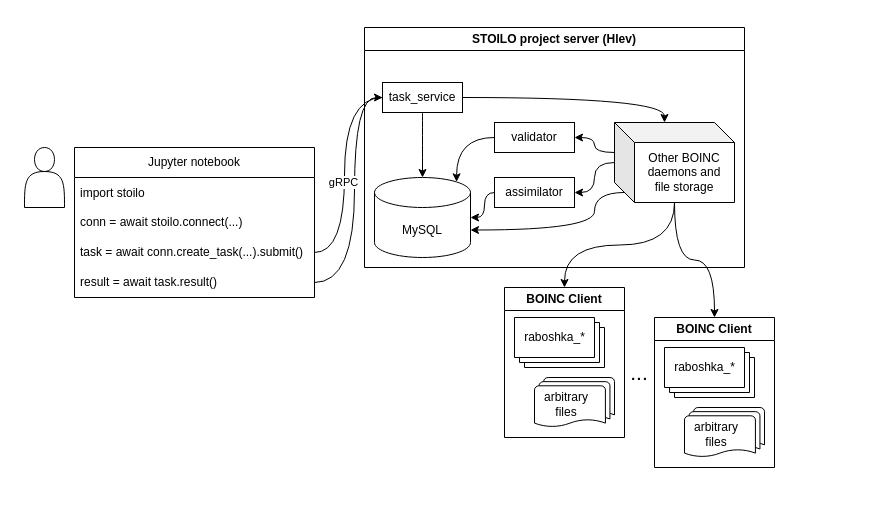
Before: text/figures/stoilo_overall.drawio in sermir2003/stoilo, a draw.io diagram. Source tidied: cells renumbered, new cells numbered last; positions are measured from the earlier drawing's top-left corner, leaving out a move shared by most shapes. Both pictures are drawn from the tidied source at 100%, with x=0, y=0 at pixel (24, 27).
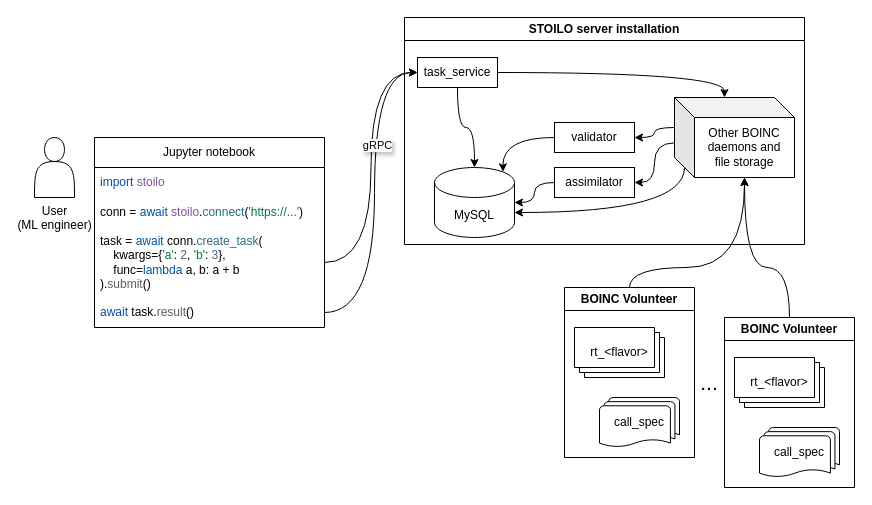
The same page after the edit.

What changed in the source:
```diff
@@
-    <mxCell id="2" style="edgeStyle=orthogonalEdgeStyle;rounded=0;jettySize=auto;html=1;entryX=0;entryY=0.5;entryDx=0;entryDy=0;curved=1;endArrow=classic;startFill=0;endFill=1;" parent="1" edge="1" source="20" target="5">
-      <mxGeometry relative="1" as="geometry">
-        <Array as="points">
-          <mxPoint x="330" y="255" />
-          <mxPoint x="330" y="70" />
-        </Array>
-      </mxGeometry>
-    </mxCell>
-    <mxCell id="3" style="shape=actor;whiteSpace=wrap;html=1;" parent="1" vertex="1">
-      <mxGeometry y="120" width="40" height="60" as="geometry" />
-    </mxCell>
-    <mxCell id="4" value="STOILO p&lt;span style=&quot;background-color: transparent; color: light-dark(rgb(0, 0, 0), rgb(255, 255, 255));&quot;&gt;roject server (Hlev)&lt;/span&gt;" style="swimlane;whiteSpace=wrap;html=1;" parent="1" vertex="1">
-      <mxGeometry x="340" width="380" height="240" as="geometry" />
-    </mxCell>
+    <mxCell id="36" value="User&lt;br&gt;(ML engineer)" style="shape=actor;html=1;labelPosition=center;verticalLabelPosition=bottom;align=center;verticalAlign=top;" parent="1" vertex="1">
+      <mxGeometry x="10" y="110" width="40" height="60" as="geometry" />
+    </mxCell>
+    <mxCell id="17" value="Jupyter notebook" style="swimlane;fontStyle=0;horizontal=1;startSize=30;whiteSpace=wrap;html=1;" parent="1" vertex="1">
+      <mxGeometry x="70" y="110" width="230" height="190" as="geometry" />
+    </mxCell>
+    <mxCell id="37" value="&lt;font style=&quot;color: rgb(0, 80, 160);&quot;&gt;import&lt;/font&gt; &lt;font style=&quot;color: light-dark(rgb(130, 80, 160), rgb(128, 128, 128));&quot;&gt;stoilo&lt;/font&gt;" style="text;strokeColor=none;fillColor=none;align=left;verticalAlign=middle;spacingLeft=4;spacingRight=4;overflow=hidden;whiteSpace=wrap;html=1;" parent="17" vertex="1">
+      <mxGeometry y="30" width="230" height="30" as="geometry" />
+    </mxCell>
+    <mxCell id="38" value="conn = &lt;font style=&quot;color: rgb(0, 80, 160);&quot;&gt;await&lt;/font&gt; &lt;font style=&quot;color: light-dark(rgb(130, 80, 160), rgb(128, 128, 128));&quot;&gt;stoilo&lt;/font&gt;.&lt;font style=&quot;color: rgb(40, 110, 130);&quot;&gt;connect&lt;/font&gt;(&lt;font style=&quot;color: rgb(0, 120, 70);&quot;&gt;'https://...'&lt;/font&gt;)" style="text;strokeColor=none;fillColor=none;align=left;verticalAlign=middle;spacingLeft=4;spacingRight=4;overflow=hidden;whiteSpace=wrap;html=1;" parent="17" vertex="1">
+      <mxGeometry y="60" width="230" height="30" as="geometry" />
+    </mxCell>
+    <mxCell id="39" value="&lt;div&gt;task = &lt;font style=&quot;color: rgb(0, 80, 160);&quot;&gt;await&lt;/font&gt; conn.&lt;font style=&quot;color: rgb(40, 110, 130);&quot;&gt;create_task&lt;/font&gt;(&lt;/div&gt;&lt;div&gt;&amp;nbsp; &amp;nbsp; kwargs={&lt;font style=&quot;color: rgb(0, 120, 70);&quot;&gt;'a'&lt;/font&gt;: &lt;font style=&quot;color: rgb(70, 105, 145);&quot;&gt;2&lt;/font&gt;, &lt;font style=&quot;color: rgb(0, 120, 70);&quot;&gt;'b'&lt;/font&gt;: &lt;font style=&quot;color: rgb(70, 105, 145);&quot;&gt;3&lt;/font&gt;},&lt;/div&gt;&lt;div&gt;&amp;nbsp; &amp;nbsp; func=&lt;font style=&quot;color: rgb(0, 80, 160);&quot;&gt;lambda&lt;/font&gt; a, b: a + b&lt;/div&gt;&lt;div&gt;).&lt;font style=&quot;color: rgb(95, 95, 95);&quot;&gt;submit&lt;/font&gt;()&lt;/div&gt;" style="text;strokeColor=none;fillColor=none;align=left;verticalAlign=middle;spacingLeft=4;spacingRight=4;overflow=hidden;points=[[0,0.5],[1,0.5]];portConstraint=eastwest;whiteSpace=wrap;html=1;" parent="17" vertex="1">
+      <mxGeometry y="90" width="230" height="70" as="geometry" />
+    </mxCell>
+    <mxCell id="40" value="&lt;font style=&quot;color: rgb(0, 80, 160);&quot;&gt;await&lt;/font&gt; task.&lt;font style=&quot;color: rgb(95, 95, 95);&quot;&gt;result&lt;/font&gt;()" style="text;strokeColor=none;fillColor=none;align=left;verticalAlign=middle;spacingLeft=4;spacingRight=4;overflow=hidden;points=[[0,0.5],[1,0.5]];portConstraint=eastwest;whiteSpace=wrap;html=1;" parent="17" vertex="1">
+      <mxGeometry y="160" width="230" height="30" as="geometry" />
+    </mxCell>
+    <mxCell id="41" value="STOILO server installation" style="swimlane;whiteSpace=wrap;html=1;" parent="1" vertex="1">
+      <mxGeometry x="380" y="-10" width="400" height="227" as="geometry" />
+    </mxCell>
-    <mxCell id="5" value="task_service" style="whiteSpace=wrap;html=1;" parent="4" vertex="1">
-      <mxGeometry x="18" y="55" width="80" height="30" as="geometry" />
+    <mxCell id="5" value="task_service" style="rounded=0;whiteSpace=wrap;html=1;" parent="41" vertex="1">
+      <mxGeometry x="13" y="40" width="80" height="30" as="geometry" />
     </mxCell>
-    <mxCell id="6" value="&lt;div&gt;&lt;span style=&quot;background-color: transparent; color: light-dark(rgb(0, 0, 0), rgb(255, 255, 255));&quot;&gt;MySQL&lt;/span&gt;&lt;/div&gt;" style="shape=cylinder3;whiteSpace=wrap;html=1;boundedLbl=1;backgroundOutline=1;size=15;" parent="4" vertex="1">
-      <mxGeometry x="10" y="150" width="96" height="80" as="geometry" />
+    <mxCell id="6" value="MySQL" style="shape=cylinder3;whiteSpace=wrap;html=1;boundedLbl=1;backgroundOutline=1;size=15;" parent="41" vertex="1">
+      <mxGeometry x="30" y="150" width="80" height="70" as="geometry" />
     </mxCell>
+    <mxCell id="10" value="validator" style="rounded=0;whiteSpace=wrap;html=1;" parent="41" vertex="1">
+      <mxGeometry x="150" y="105" width="80" height="30" as="geometry" />
+    </mxCell>
+    <mxCell id="11" value="assimilator" style="rounded=0;whiteSpace=wrap;html=1;" parent="41" vertex="1">
+      <mxGeometry x="150" y="150" width="80" height="30" as="geometry" />
+    </mxCell>
-    <mxCell id="7" style="edgeStyle=orthogonalEdgeStyle;rounded=0;jettySize=auto;html=1;entryX=1;entryY=0.5;entryDx=0;entryDy=0;curved=1;exitX=0;exitY=0;exitDx=0;exitDy=30;exitPerimeter=0;" parent="4" edge="1" source="9" target="10">
+    <mxCell id="7" style="edgeStyle=orthogonalEdgeStyle;curved=1;rounded=0;jettySize=auto;html=1;exitX=0;exitY=0;exitDx=0;exitDy=30;exitPerimeter=0;entryX=1;entryY=0.5;entryDx=0;entryDy=0;" parent="41" edge="1" source="9" target="10">
       <mxGeometry relative="1" as="geometry" />
     </mxCell>
-    <mxCell id="8" style="edgeStyle=orthogonalEdgeStyle;rounded=0;jettySize=auto;html=1;entryX=1;entryY=0.5;entryDx=0;entryDy=0;curved=1;" parent="4" edge="1" source="9" target="11">
+    <mxCell id="8" style="edgeStyle=orthogonalEdgeStyle;curved=1;rounded=0;jettySize=auto;html=1;exitX=-0.001;exitY=0.567;exitDx=0;exitDy=0;exitPerimeter=0;entryX=1;entryY=0.5;entryDx=0;entryDy=0;" parent="41" edge="1" source="9" target="11">
       <mxGeometry relative="1" as="geometry" />
     </mxCell>
-    <mxCell id="9" value="Other BOINC daemons and file&lt;span style=&quot;background-color: transparent; color: light-dark(rgb(0, 0, 0), rgb(255, 255, 255));&quot;&gt;&amp;nbsp;storage&lt;/span&gt;" style="shape=cube;whiteSpace=wrap;html=1;boundedLbl=1;backgroundOutline=1;darkOpacity=0.05;darkOpacity2=0.1;" parent="4" vertex="1">
-      <mxGeometry x="250" y="95" width="120" height="80" as="geometry" />
+    <mxCell id="9" value="Other BOINC daemons and file&lt;span style=&quot;background-color: transparent; color: light-dark(rgb(0, 0, 0), rgb(255, 255, 255));&quot;&gt;&amp;nbsp;storage&lt;/span&gt;" style="shape=cube;whiteSpace=wrap;html=1;boundedLbl=1;backgroundOutline=1;darkOpacity=0.05;darkOpacity2=0.1;" parent="41" vertex="1">
+      <mxGeometry x="270" y="80" width="120" height="80" as="geometry" />
     </mxCell>
-    <mxCell id="10" value="validator" style="whiteSpace=wrap;html=1;" parent="4" vertex="1">
-      <mxGeometry x="130" y="95" width="80" height="30" as="geometry" />
-    </mxCell>
-    <mxCell id="11" value="assimilator" style="whiteSpace=wrap;html=1;" parent="4" vertex="1">
-      <mxGeometry x="130" y="150" width="80" height="30" as="geometry" />
-    </mxCell>
-    <mxCell id="12" style="edgeStyle=orthogonalEdgeStyle;rounded=0;jettySize=auto;html=1;entryX=0.5;entryY=0;entryDx=0;entryDy=0;entryPerimeter=0;curved=1;" parent="4" edge="1" source="5" target="6">
+    <mxCell id="12" style="edgeStyle=orthogonalEdgeStyle;curved=1;rounded=0;jettySize=auto;html=1;exitX=0.5;exitY=1;exitDx=0;exitDy=0;entryX=0.5;entryY=0;entryDx=0;entryDy=0;entryPerimeter=0;" parent="41" edge="1" source="5" target="6">
       <mxGeometry relative="1" as="geometry" />
     </mxCell>
+    <mxCell id="15" style="edgeStyle=orthogonalEdgeStyle;curved=1;rounded=0;jettySize=auto;html=1;exitX=1;exitY=0.5;exitDx=0;exitDy=0;entryX=0;entryY=0;entryDx=50;entryDy=0;entryPerimeter=0;" parent="41" edge="1" source="5" target="9">
+      <mxGeometry relative="1" as="geometry" />
+    </mxCell>
+    <mxCell id="14" style="edgeStyle=orthogonalEdgeStyle;curved=1;rounded=0;jettySize=auto;html=1;exitX=0;exitY=0.5;exitDx=0;exitDy=0;entryX=0.855;entryY=0;entryDx=0;entryDy=4.35;entryPerimeter=0;" parent="41" edge="1" source="10" target="6">
+      <mxGeometry relative="1" as="geometry" />
+    </mxCell>
-    <mxCell id="13" style="edgeStyle=orthogonalEdgeStyle;rounded=0;jettySize=auto;html=1;entryX=1;entryY=0.5;entryDx=0;entryDy=0;entryPerimeter=0;curved=1;" parent="4" edge="1" source="11" target="6">
-      <mxGeometry relative="1" as="geometry">
-        <Array as="points">
-          <mxPoint x="120" y="165" />
-          <mxPoint x="120" y="190" />
-        </Array>
-      </mxGeometry>
+    <mxCell id="13" style="rounded=0;jettySize=auto;html=1;exitX=0;exitY=0.5;exitDx=0;exitDy=0;entryX=1;entryY=0.5;entryDx=0;entryDy=0;entryPerimeter=0;edgeStyle=orthogonalEdgeStyle;curved=1;" parent="41" edge="1" source="11" target="6">
+      <mxGeometry relative="1" as="geometry" />
     </mxCell>
-    <mxCell id="14" style="edgeStyle=orthogonalEdgeStyle;rounded=0;jettySize=auto;html=1;entryX=0.855;entryY=0;entryDx=0;entryDy=4.35;entryPerimeter=0;curved=1;" parent="4" edge="1" source="10" target="6">
-      <mxGeometry relative="1" as="geometry" />
-    </mxCell>
-    <mxCell id="15" style="edgeStyle=orthogonalEdgeStyle;rounded=0;jettySize=auto;html=1;entryX=0;entryY=0;entryDx=50;entryDy=0;entryPerimeter=0;curved=1;" parent="4" edge="1" source="5" target="9">
-      <mxGeometry relative="1" as="geometry" />
-    </mxCell>
-    <mxCell id="16" style="edgeStyle=orthogonalEdgeStyle;rounded=0;jettySize=auto;html=1;exitX=0;exitY=0;exitDx=10;exitDy=70;exitPerimeter=0;entryX=1;entryY=0;entryDx=0;entryDy=52.5;entryPerimeter=0;curved=1;" parent="4" edge="1" source="9" target="6">
+    <mxCell id="16" style="edgeStyle=orthogonalEdgeStyle;curved=1;rounded=0;jettySize=auto;html=1;exitX=0;exitY=0;exitDx=10;exitDy=70;exitPerimeter=0;entryX=1;entryY=0;entryDx=0;entryDy=45;entryPerimeter=0;" parent="41" edge="1" source="9" target="6">
       <mxGeometry relative="1" as="geometry">
         <Array as="points">
-          <mxPoint x="230" y="165" />
-          <mxPoint x="230" y="202" />
+          <mxPoint x="280" y="195" />
         </Array>
       </mxGeometry>
     </mxCell>
-    <mxCell id="17" value="Jupyter notebook" style="swimlane;fontStyle=0;horizontal=1;startSize=30;whiteSpace=wrap;html=1;" parent="1" vertex="1">
-      <mxGeometry x="50" y="120" width="240" height="150" as="geometry" />
-    </mxCell>
-    <mxCell id="18" value="&lt;div&gt;import stoilo&lt;/div&gt;&lt;div&gt;&lt;br&gt;&lt;/div&gt;&lt;div&gt;conn = await stoilo.connect(...)&lt;/div&gt;" style="text;strokeColor=none;fillColor=none;align=left;verticalAlign=middle;spacingLeft=4;spacingRight=4;overflow=hidden;whiteSpace=wrap;html=1;" parent="17" vertex="1">
-      <mxGeometry y="30" width="240" height="60" as="geometry" />
-    </mxCell>
-    <mxCell id="19" value="&lt;div&gt;task = await conn.create_task(...&lt;span style=&quot;background-color: transparent; color: light-dark(rgb(0, 0, 0), rgb(255, 255, 255));&quot;&gt;).submit()&lt;/span&gt;&lt;/div&gt;" style="text;strokeColor=none;fillColor=none;align=left;verticalAlign=middle;spacingLeft=4;spacingRight=4;overflow=hidden;points=[[0,0.5],[1,0.5]];portConstraint=eastwest;whiteSpace=wrap;html=1;" parent="17" vertex="1">
-      <mxGeometry y="90" width="240" height="30" as="geometry" />
-    </mxCell>
-    <mxCell id="20" value="result = await task.result()" style="text;strokeColor=none;fillColor=none;align=left;verticalAlign=middle;spacingLeft=4;spacingRight=4;overflow=hidden;points=[[0,0.5],[1,0.5]];portConstraint=eastwest;whiteSpace=wrap;html=1;" parent="17" vertex="1">
-      <mxGeometry y="120" width="240" height="30" as="geometry" />
-    </mxCell>
-    <mxCell id="21" style="edgeStyle=orthogonalEdgeStyle;rounded=0;jettySize=auto;html=1;entryX=0;entryY=0.5;entryDx=0;entryDy=0;curved=1;endArrow=none;endFill=1;startFill=0;" parent="1" edge="1" source="19" target="5">
-      <mxGeometry relative="1" as="geometry">
-        <Array as="points">
-          <mxPoint x="320" y="225" />
-          <mxPoint x="320" y="70" />
-        </Array>
-      </mxGeometry>
-    </mxCell>
+    <mxCell id="42" style="rounded=0;jettySize=auto;html=1;exitX=1;exitY=0.5;exitDx=0;exitDy=0;entryX=0;entryY=0.5;entryDx=0;entryDy=0;edgeStyle=orthogonalEdgeStyle;curved=1;" parent="1" edge="1" source="40" target="5">
+      <mxGeometry relative="1" as="geometry">
+        <Array as="points">
+          <mxPoint x="350" y="285" />
+          <mxPoint x="350" y="45" />
+        </Array>
+      </mxGeometry>
+    </mxCell>
-    <mxCell id="22" value="gRPC" style="edgeLabel;html=1;align=center;verticalAlign=middle;" parent="21" vertex="1">
-      <mxGeometry x="-0.09" y="2" relative="1" as="geometry" />
+    <mxCell id="22" value="gRPC" style="rounded=0;jettySize=auto;html=1;exitX=1;exitY=0.5;exitDx=0;exitDy=0;entryX=0;entryY=0.5;entryDx=0;entryDy=0;textShadow=1;edgeStyle=orthogonalEdgeStyle;curved=1;" parent="1" edge="1" source="39" target="5">
+      <mxGeometry x="0.16" y="-6" relative="1" as="geometry" />
     </mxCell>
-    <mxCell id="23" value="BOINC Client" style="swimlane;whiteSpace=wrap;html=1;" parent="1" vertex="1">
-      <mxGeometry x="480" y="260" width="120" height="150" as="geometry" />
-    </mxCell>
-    <mxCell id="24" style="verticalLabelPosition=bottom;verticalAlign=top;html=1;shape=mxgraph.basic.layered_rect;dx=10;whiteSpace=wrap;" parent="23" vertex="1">
-      <mxGeometry x="10" y="30" width="90" height="50" as="geometry" />
-    </mxCell>
-    <mxCell id="25" value="&lt;span style=&quot;text-wrap-mode: wrap;&quot;&gt;raboshka_*&lt;/span&gt;" style="text;html=1;align=center;verticalAlign=middle;strokeColor=none;fillColor=none;" parent="23" vertex="1">
-      <mxGeometry x="10" y="35" width="80" height="30" as="geometry" />
-    </mxCell>
-    <mxCell id="26" style="strokeWidth=1;html=1;shape=mxgraph.flowchart.multi-document;whiteSpace=wrap;" parent="23" vertex="1">
-      <mxGeometry x="30" y="90" width="80" height="50" as="geometry" />
-    </mxCell>
-    <mxCell id="27" value="arbitrary files" style="text;html=1;align=center;verticalAlign=middle;whiteSpace=wrap;rounded=0;" parent="23" vertex="1">
-      <mxGeometry x="32" y="102" width="60" height="30" as="geometry" />
-    </mxCell>
-    <mxCell id="28" style="edgeStyle=orthogonalEdgeStyle;rounded=0;jettySize=auto;html=1;entryX=0.5;entryY=0;entryDx=0;entryDy=0;curved=1;" parent="1" edge="1" source="9" target="23">
-      <mxGeometry relative="1" as="geometry" />
-    </mxCell>
+    <mxCell id="43" value="BOINC Volunteer" style="swimlane;whiteSpace=wrap;html=1;" parent="1" vertex="1">
+      <mxGeometry x="540" y="260" width="130" height="170" as="geometry" />
+    </mxCell>
+    <mxCell id="44" value="rt_&amp;lt;flavor&amp;gt;" style="verticalLabelPosition=middle;verticalAlign=middle;html=1;shape=mxgraph.basic.layered_rect;dx=10;whiteSpace=wrap;labelPosition=center;align=center;" parent="43" vertex="1">
+      <mxGeometry x="10" y="40" width="90" height="50" as="geometry" />
+    </mxCell>
+    <mxCell id="45" value="call_spec" style="strokeWidth=1;html=1;shape=mxgraph.flowchart.multi-document;whiteSpace=wrap;" parent="43" vertex="1">
+      <mxGeometry x="35" y="110" width="80" height="50" as="geometry" />
+    </mxCell>
+    <mxCell id="46" value="BOINC Volunteer" style="swimlane;whiteSpace=wrap;html=1;" parent="1" vertex="1">
+      <mxGeometry x="700" y="290" width="130" height="170" as="geometry" />
+    </mxCell>
+    <mxCell id="47" value="rt_&amp;lt;flavor&amp;gt;" style="verticalLabelPosition=middle;verticalAlign=middle;html=1;shape=mxgraph.basic.layered_rect;dx=10;whiteSpace=wrap;labelPosition=center;align=center;" parent="46" vertex="1">
+      <mxGeometry x="10" y="40" width="90" height="50" as="geometry" />
+    </mxCell>
+    <mxCell id="48" value="call_spec" style="strokeWidth=1;html=1;shape=mxgraph.flowchart.multi-document;whiteSpace=wrap;" parent="46" vertex="1">
+      <mxGeometry x="35" y="110" width="80" height="50" as="geometry" />
+    </mxCell>
+    <mxCell id="49" style="rounded=0;jettySize=auto;html=1;exitX=0;exitY=0;exitDx=70;exitDy=80;exitPerimeter=0;entryX=0.5;entryY=0;entryDx=0;entryDy=0;edgeStyle=orthogonalEdgeStyle;curved=1;startArrow=classic;startFill=1;endArrow=none;endFill=0;" parent="1" edge="1" source="9" target="43">
+      <mxGeometry relative="1" as="geometry">
+        <Array as="points">
+          <mxPoint x="720" y="240" />
+          <mxPoint x="605" y="240" />
+        </Array>
+      </mxGeometry>
+    </mxCell>
+    <mxCell id="50" style="edgeStyle=orthogonalEdgeStyle;curved=1;rounded=0;jettySize=auto;html=1;exitX=0;exitY=0;exitDx=70;exitDy=80;exitPerimeter=0;entryX=0.5;entryY=0;entryDx=0;entryDy=0;startArrow=classic;startFill=1;endArrow=none;endFill=0;" parent="1" edge="1" source="9" target="46">
+      <mxGeometry relative="1" as="geometry">
+        <Array as="points">
+          <mxPoint x="720" y="240" />
+          <mxPoint x="765" y="240" />
+        </Array>
+      </mxGeometry>
+    </mxCell>
     <mxCell id="29" value="..." style="text;html=1;align=center;verticalAlign=middle;whiteSpace=wrap;rounded=0;fontSize=21;" parent="1" vertex="1">
-      <mxGeometry x="600" y="330" width="30" height="30" as="geometry" />
+      <mxGeometry x="670" y="340" width="30" height="30" as="geometry" />
     </mxCell>
-    <mxCell id="30" value="BOINC Client" style="swimlane;whiteSpace=wrap;html=1;" parent="1" vertex="1">
-      <mxGeometry x="630" y="290" width="120" height="150" as="geometry" />
-    </mxCell>
-    <mxCell id="31" style="verticalLabelPosition=bottom;verticalAlign=top;html=1;shape=mxgraph.basic.layered_rect;dx=10;whiteSpace=wrap;" parent="30" vertex="1">
-      <mxGeometry x="10" y="30" width="90" height="50" as="geometry" />
-    </mxCell>
-    <mxCell id="32" value="&lt;span style=&quot;text-wrap-mode: wrap;&quot;&gt;raboshka_*&lt;/span&gt;" style="text;html=1;align=center;verticalAlign=middle;strokeColor=none;fillColor=none;" parent="30" vertex="1">
-      <mxGeometry x="10" y="35" width="80" height="30" as="geometry" />
-    </mxCell>
-    <mxCell id="33" style="strokeWidth=1;html=1;shape=mxgraph.flowchart.multi-document;whiteSpace=wrap;" parent="30" vertex="1">
-      <mxGeometry x="30" y="90" width="80" height="50" as="geometry" />
-    </mxCell>
-    <mxCell id="34" value="arbitrary files" style="text;html=1;align=center;verticalAlign=middle;whiteSpace=wrap;rounded=0;" parent="30" vertex="1">
-      <mxGeometry x="32" y="102" width="60" height="30" as="geometry" />
-    </mxCell>
-    <mxCell id="35" style="edgeStyle=orthogonalEdgeStyle;rounded=0;jettySize=auto;html=1;entryX=0.5;entryY=0;entryDx=0;entryDy=0;curved=1;" parent="1" edge="1" source="9" target="30">
-      <mxGeometry relative="1" as="geometry" />
-    </mxCell>
```
